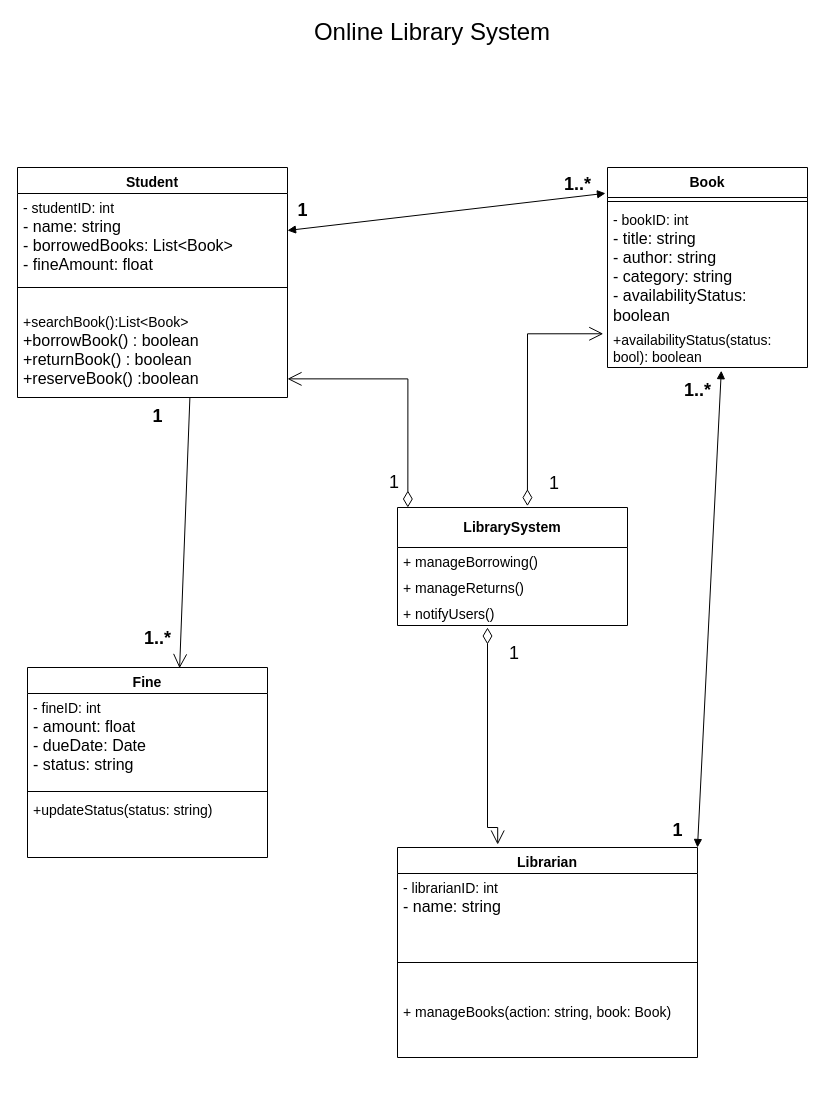
Earlier version of the draw.io diagram class Diagram.drawio (Kavindi2002/Kavindi2002). Source tidied: cells renumbered, new cells numbered last; positions are measured from the earlier drawing's top-left corner, leaving out a move shared by most shapes. Both pictures are drawn from the tidied source at 100%, with x=0, y=0 at pixel (17, 17).
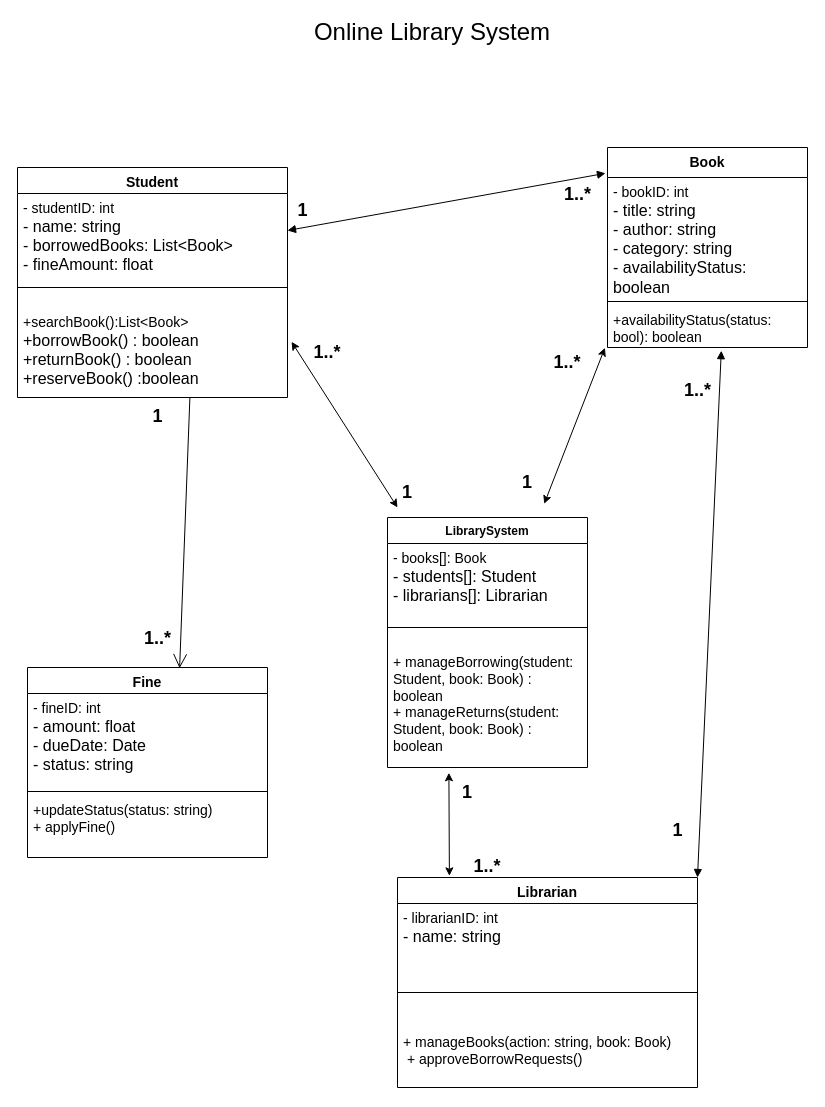
The same diagram, later.

Unchanged cells that the change refers to:
```xml
<mxCell id="6" value="&lt;font style=&quot;font-size: 14px;&quot;&gt;+searchBook():List&amp;lt;Book&amp;gt;&lt;/font&gt;&lt;div&gt;&lt;font size=&quot;3&quot;&gt;+borrowBook() :&amp;nbsp;boolean&lt;/font&gt;&lt;/div&gt;&lt;div&gt;&lt;font size=&quot;3&quot;&gt;+returnBook() :&amp;nbsp;boolean&lt;/font&gt;&lt;/div&gt;&lt;div&gt;&lt;font size=&quot;3&quot;&gt;+reserveBook() :boolean&lt;br&gt;&lt;/font&gt;&lt;div&gt;&lt;br&gt;&lt;/div&gt;&lt;/div&gt;" style="text;strokeColor=none;fillColor=none;align=left;verticalAlign=top;spacingLeft=4;spacingRight=4;overflow=hidden;points=[[0,0.5],[1,0.5]];portConstraint=eastwest;whiteSpace=wrap;html=1;" parent="3" vertex="1">
  <mxGeometry y="140" width="270" height="90" as="geometry" />
</mxCell>
<mxCell id="10" value="&lt;font style=&quot;font-size: 14px;&quot;&gt;+availabilityStatus(status: bool): boolean&lt;/font&gt;" style="text;strokeColor=none;fillColor=none;align=left;verticalAlign=top;spacingLeft=4;spacingRight=4;overflow=hidden;points=[[0,0.5],[1,0.5]];portConstraint=eastwest;whiteSpace=wrap;html=1;" parent="7" vertex="1">
  <mxGeometry y="158" width="200" height="42" as="geometry" />
</mxCell>
<mxCell id="19" value="&lt;font style=&quot;font-size: 14px;&quot;&gt;Fine&lt;/font&gt;" style="swimlane;fontStyle=1;align=center;verticalAlign=top;horizontal=1;startSize=26;whiteSpace=wrap;html=1;" parent="1" vertex="1">
  <mxGeometry x="10" y="650" width="240" height="190" as="geometry" />
</mxCell>
```

Change to the diagram source:
```diff
@@
     <mxCell id="7" value="&lt;font style=&quot;font-size: 14px;&quot;&gt;Book&lt;/font&gt;" style="swimlane;fontStyle=1;align=center;verticalAlign=top;horizontal=1;startSize=30;whiteSpace=wrap;html=1;" parent="1" vertex="1">
-      <mxGeometry x="590" y="150" width="200" height="200" as="geometry" />
+      <mxGeometry x="590" y="130" width="200" height="200" as="geometry" />
     </mxCell>
+    <mxCell id="9" value="&lt;font style=&quot;font-size: 14px;&quot;&gt;- bookID: int&lt;/font&gt;&lt;div&gt;&lt;font size=&quot;3&quot;&gt;- title: string&lt;/font&gt;&lt;/div&gt;&lt;div&gt;&lt;font size=&quot;3&quot;&gt;- author: string&lt;/font&gt;&lt;/div&gt;&lt;div&gt;&lt;font size=&quot;3&quot;&gt;- category: string&lt;/font&gt;&lt;/div&gt;&lt;div&gt;&lt;font size=&quot;3&quot;&gt;- availabilityStatus: boolean&lt;/font&gt;&lt;/div&gt;" style="text;strokeColor=none;fillColor=none;align=left;verticalAlign=top;spacingLeft=4;spacingRight=4;overflow=hidden;whiteSpace=wrap;html=1;" parent="7" vertex="1">
+      <mxGeometry y="30" width="200" height="120" as="geometry" />
+    </mxCell>
     <mxCell id="8" style="line;strokeWidth=1;fillColor=none;align=left;verticalAlign=middle;spacingTop=-1;spacingLeft=3;spacingRight=3;labelPosition=right;strokeColor=inherit;" parent="7" vertex="1">
-      <mxGeometry y="30" width="200" height="8" as="geometry" />
+      <mxGeometry y="150" width="200" height="8" as="geometry" />
     </mxCell>
-    <mxCell id="9" value="&lt;font style=&quot;font-size: 14px;&quot;&gt;- bookID: int&lt;/font&gt;&lt;div&gt;&lt;font size=&quot;3&quot;&gt;- title: string&lt;/font&gt;&lt;/div&gt;&lt;div&gt;&lt;font size=&quot;3&quot;&gt;- author: string&lt;/font&gt;&lt;/div&gt;&lt;div&gt;&lt;font size=&quot;3&quot;&gt;- category: string&lt;/font&gt;&lt;/div&gt;&lt;div&gt;&lt;font size=&quot;3&quot;&gt;- availabilityStatus: boolean&lt;/font&gt;&lt;/div&gt;" style="text;strokeColor=none;fillColor=none;align=left;verticalAlign=top;spacingLeft=4;spacingRight=4;overflow=hidden;whiteSpace=wrap;html=1;" parent="7" vertex="1">
-      <mxGeometry y="38" width="200" height="120" as="geometry" />
-    </mxCell>
@@
     <mxCell id="11" value="&lt;font style=&quot;font-size: 14px;&quot;&gt;Librarian&lt;/font&gt;" style="swimlane;fontStyle=1;align=center;verticalAlign=top;horizontal=1;startSize=26;whiteSpace=wrap;html=1;" parent="1" vertex="1">
-      <mxGeometry x="380" y="830" width="300" height="210" as="geometry" />
+      <mxGeometry x="380" y="860" width="300" height="210" as="geometry" />
     </mxCell>
@@
-    <mxCell id="14" value="&lt;font style=&quot;font-size: 14px;&quot;&gt;+ manageBooks(action: string, book: Book&lt;/font&gt;&lt;font style=&quot;font-size: 14px;&quot;&gt;)&lt;/font&gt;&lt;div&gt;&lt;font size=&quot;3&quot;&gt;&lt;br&gt;&lt;/font&gt;&lt;/div&gt;&lt;div&gt;&lt;br&gt;&lt;/div&gt;" style="text;strokeColor=none;fillColor=none;align=left;verticalAlign=top;spacingLeft=4;spacingRight=4;overflow=hidden;whiteSpace=wrap;html=1;" parent="11" vertex="1">
+    <mxCell id="14" value="&lt;font style=&quot;font-size: 14px;&quot;&gt;+ manageBooks(action: string, book: Book&lt;/font&gt;&lt;font style=&quot;font-size: 14px;&quot;&gt;)&lt;/font&gt;&lt;div&gt;&lt;font style=&quot;font-size: 14px;&quot;&gt;&amp;nbsp;+ approveBorrowRequests()&lt;/font&gt;&lt;/div&gt;&lt;div&gt;&lt;br&gt;&lt;/div&gt;" style="text;strokeColor=none;fillColor=none;align=left;verticalAlign=top;spacingLeft=4;spacingRight=4;overflow=hidden;whiteSpace=wrap;html=1;" parent="11" vertex="1">
       <mxGeometry y="150" width="300" height="60" as="geometry" />
     </mxCell>
-    <mxCell id="15" value="&lt;font style=&quot;font-size: 14px;&quot;&gt;&lt;b&gt;LibrarySystem&lt;/b&gt;&lt;/font&gt;" style="swimlane;fontStyle=0;horizontal=1;startSize=40;fillColor=none;whiteSpace=wrap;html=1;" parent="1" vertex="1">
-      <mxGeometry x="380" y="490" width="230" height="118" as="geometry" />
-    </mxCell>
-    <mxCell id="16" value="&lt;font style=&quot;font-size: 14px;&quot;&gt;+ manageBorrowing()&lt;/font&gt;" style="text;strokeColor=none;fillColor=none;align=left;verticalAlign=top;spacingLeft=4;spacingRight=4;overflow=hidden;whiteSpace=wrap;html=1;" parent="15" vertex="1">
-      <mxGeometry y="40" width="230" height="26" as="geometry" />
-    </mxCell>
-    <mxCell id="17" value="&lt;font style=&quot;font-size: 14px;&quot;&gt;+ manageReturns()&lt;/font&gt;" style="text;strokeColor=none;fillColor=none;align=left;verticalAlign=top;spacingLeft=4;spacingRight=4;overflow=hidden;whiteSpace=wrap;html=1;" parent="15" vertex="1">
-      <mxGeometry y="66" width="230" height="26" as="geometry" />
-    </mxCell>
-    <mxCell id="18" value="&lt;font style=&quot;font-size: 14px;&quot;&gt;+ notifyUsers()&lt;/font&gt;" style="text;strokeColor=none;fillColor=none;align=left;verticalAlign=top;spacingLeft=4;spacingRight=4;overflow=hidden;whiteSpace=wrap;html=1;" parent="15" vertex="1">
-      <mxGeometry y="92" width="230" height="26" as="geometry" />
-    </mxCell>
@@
-    <mxCell id="22" value="&lt;font style=&quot;font-size: 14px;&quot;&gt;+updateStatus(status: string)&lt;/font&gt;" style="text;strokeColor=none;fillColor=none;align=left;verticalAlign=top;spacingLeft=4;spacingRight=4;overflow=hidden;whiteSpace=wrap;html=1;" parent="19" vertex="1">
+    <mxCell id="22" value="&lt;font style=&quot;font-size: 14px;&quot;&gt;+updateStatus(status: string)&lt;/font&gt;&lt;div&gt;&lt;font style=&quot;font-size: 14px;&quot;&gt;+ applyFine() &lt;/font&gt;&lt;/div&gt;" style="text;strokeColor=none;fillColor=none;align=left;verticalAlign=top;spacingLeft=4;spacingRight=4;overflow=hidden;whiteSpace=wrap;html=1;" parent="19" vertex="1">
       <mxGeometry y="128" width="240" height="62" as="geometry" />
     </mxCell>
@@
-    <mxCell id="25" value="&lt;font style=&quot;font-size: 18px;&quot;&gt;1&lt;/font&gt;" style="endArrow=open;html=1;endSize=12;startArrow=diamondThin;startSize=14;startFill=0;edgeStyle=orthogonalEdgeStyle;align=left;verticalAlign=bottom;rounded=0;entryX=1;entryY=0.793;entryDx=0;entryDy=0;entryPerimeter=0;exitX=0.045;exitY=0;exitDx=0;exitDy=0;exitPerimeter=0;" parent="1" edge="1" source="15" target="6">
-      <mxGeometry x="-0.92" y="20" relative="1" as="geometry">
-        <mxPoint y="-1" as="offset" />
-      </mxGeometry>
-    </mxCell>
-    <mxCell id="26" value="&lt;font style=&quot;font-size: 18px;&quot;&gt;1&lt;/font&gt;" style="endArrow=open;html=1;endSize=12;startArrow=diamondThin;startSize=14;startFill=0;edgeStyle=orthogonalEdgeStyle;align=left;verticalAlign=bottom;rounded=0;entryX=-0.021;entryY=0.197;entryDx=0;entryDy=0;entryPerimeter=0;exitX=0.565;exitY=-0.012;exitDx=0;exitDy=0;exitPerimeter=0;" parent="1" edge="1" source="15" target="10">
-      <mxGeometry x="-0.92" y="-20" relative="1" as="geometry">
-        <mxPoint y="1" as="offset" />
-      </mxGeometry>
-    </mxCell>
-    <mxCell id="27" value="&lt;font style=&quot;font-size: 18px;&quot;&gt;1&lt;/font&gt;" style="endArrow=open;html=1;endSize=12;startArrow=diamondThin;startSize=14;startFill=0;edgeStyle=orthogonalEdgeStyle;align=left;verticalAlign=bottom;rounded=0;entryX=0.334;entryY=-0.014;entryDx=0;entryDy=0;entryPerimeter=0;" parent="1" edge="1" target="11">
-      <mxGeometry x="-0.65" y="20" relative="1" as="geometry">
-        <mxPoint x="470" y="610" as="sourcePoint" />
-        <Array as="points">
-          <mxPoint x="470" y="810" />
-          <mxPoint x="480" y="810" />
-        </Array>
-      </mxGeometry>
-    </mxCell>
@@
     <mxCell id="30" value="&lt;font style=&quot;font-size: 18px;&quot;&gt;1..*&lt;/font&gt;" style="text;align=center;fontStyle=1;verticalAlign=middle;spacingLeft=3;spacingRight=3;strokeColor=none;html=1;" parent="1" vertex="1">
-      <mxGeometry x="520" y="154" width="80" height="26" as="geometry" />
+      <mxGeometry x="520" y="154" width="80" height="46" as="geometry" />
     </mxCell>
@@
+    <mxCell id="35" style="endArrow=classic;startArrow=classic;html=1;rounded=0;exitX=1.015;exitY=0.381;exitDx=0;exitDy=0;exitPerimeter=0;entryX=0;entryY=0;entryDx=0;entryDy=0;" parent="1" edge="1" source="6">
+      <mxGeometry relative="1" as="geometry">
+        <mxPoint x="380" y="490" as="targetPoint" />
+      </mxGeometry>
+    </mxCell>
+    <mxCell id="36" style="endArrow=classic;startArrow=classic;html=1;rounded=0;exitX=0.638;exitY=-0.031;exitDx=0;exitDy=0;exitPerimeter=0;entryX=-0.013;entryY=1.008;entryDx=0;entryDy=0;entryPerimeter=0;" parent="1" edge="1" target="10">
+      <mxGeometry relative="1" as="geometry">
+        <mxPoint x="526.7" y="486.3" as="sourcePoint" />
+      </mxGeometry>
+    </mxCell>
+    <mxCell id="37" style="endArrow=classic;startArrow=classic;html=1;rounded=0;exitX=0.173;exitY=-0.008;exitDx=0;exitDy=0;exitPerimeter=0;entryX=0.307;entryY=1.044;entryDx=0;entryDy=0;entryPerimeter=0;" parent="1" edge="1" source="11" target="46">
+      <mxGeometry relative="1" as="geometry" />
+    </mxCell>
+    <mxCell id="38" value="&lt;span style=&quot;font-size: 18px; font-weight: 700; text-wrap-mode: nowrap;&quot;&gt;1&lt;/span&gt;" style="text;html=1;align=center;verticalAlign=middle;whiteSpace=wrap;rounded=0;" parent="1" vertex="1">
+      <mxGeometry x="360" y="460" width="60" height="30" as="geometry" />
+    </mxCell>
+    <mxCell id="39" value="&lt;span style=&quot;font-size: 18px; font-weight: 700; text-wrap-mode: nowrap;&quot;&gt;1&lt;/span&gt;" style="text;html=1;align=center;verticalAlign=middle;whiteSpace=wrap;rounded=0;" parent="1" vertex="1">
+      <mxGeometry x="420" y="760" width="60" height="30" as="geometry" />
+    </mxCell>
+    <mxCell id="40" value="&lt;span style=&quot;font-size: 18px; font-weight: 700; text-wrap-mode: nowrap;&quot;&gt;1..*&lt;/span&gt;" style="text;html=1;align=center;verticalAlign=middle;whiteSpace=wrap;rounded=0;" parent="1" vertex="1">
+      <mxGeometry x="440" y="820" width="60" height="58" as="geometry" />
+    </mxCell>
+    <mxCell id="41" value="&lt;span style=&quot;font-size: 18px; font-weight: 700; text-wrap-mode: nowrap;&quot;&gt;1&lt;/span&gt;" style="text;html=1;align=center;verticalAlign=middle;whiteSpace=wrap;rounded=0;" parent="1" vertex="1">
+      <mxGeometry x="480" y="450" width="60" height="30" as="geometry" />
+    </mxCell>
+    <mxCell id="42" value="&lt;span style=&quot;font-size: 18px; font-weight: 700; text-wrap-mode: nowrap;&quot;&gt;1..*&lt;/span&gt;" style="text;html=1;align=center;verticalAlign=middle;whiteSpace=wrap;rounded=0;" parent="1" vertex="1">
+      <mxGeometry x="520" y="330" width="60" height="30" as="geometry" />
+    </mxCell>
+    <mxCell id="43" value="&lt;span style=&quot;font-size: 18px; font-weight: 700; text-wrap-mode: nowrap;&quot;&gt;1..*&lt;/span&gt;" style="text;html=1;align=center;verticalAlign=middle;whiteSpace=wrap;rounded=0;" parent="1" vertex="1">
+      <mxGeometry x="280" y="320" width="60" height="30" as="geometry" />
+    </mxCell>
+    <mxCell id="15" value="LibrarySystem" style="swimlane;fontStyle=1;align=center;verticalAlign=top;horizontal=1;startSize=26;whiteSpace=wrap;html=1;" parent="1" vertex="1">
+      <mxGeometry x="370" y="500" width="200" height="250" as="geometry" />
+    </mxCell>
+    <mxCell id="44" value="&lt;font style=&quot;font-size: 14px;&quot;&gt;- books[]: Book&lt;/font&gt;&lt;div&gt;&lt;font size=&quot;3&quot;&gt;- students[]: Student&lt;/font&gt;&lt;/div&gt;&lt;div&gt;&lt;font size=&quot;3&quot;&gt;- librarians[]: Librarian&lt;/font&gt;&lt;/div&gt;" style="text;strokeColor=none;fillColor=none;align=left;verticalAlign=top;spacingLeft=4;spacingRight=4;overflow=hidden;whiteSpace=wrap;html=1;" parent="15" vertex="1">
+      <mxGeometry y="26" width="200" height="64" as="geometry" />
+    </mxCell>
+    <mxCell id="45" style="line;strokeWidth=1;fillColor=none;align=left;verticalAlign=middle;spacingTop=-1;spacingLeft=3;spacingRight=3;labelPosition=right;strokeColor=inherit;" parent="15" vertex="1">
+      <mxGeometry y="90" width="200" height="40" as="geometry" />
+    </mxCell>
+    <mxCell id="46" value="&lt;font style=&quot;font-size: 14px;&quot;&gt;+ manageBorrowing(student: Student, book: Book) : boolean&lt;/font&gt;&lt;div&gt;&lt;font style=&quot;font-size: 14px;&quot;&gt;+&amp;nbsp;manageReturns(student: Student, book: Book) : boolean&lt;/font&gt;&lt;/div&gt;" style="text;strokeColor=none;fillColor=none;align=left;verticalAlign=top;spacingLeft=4;spacingRight=4;overflow=hidden;points=[[0,0.5],[1,0.5]];portConstraint=eastwest;whiteSpace=wrap;html=1;" parent="15" vertex="1">
+      <mxGeometry y="130" width="200" height="120" as="geometry" />
+    </mxCell>
```
